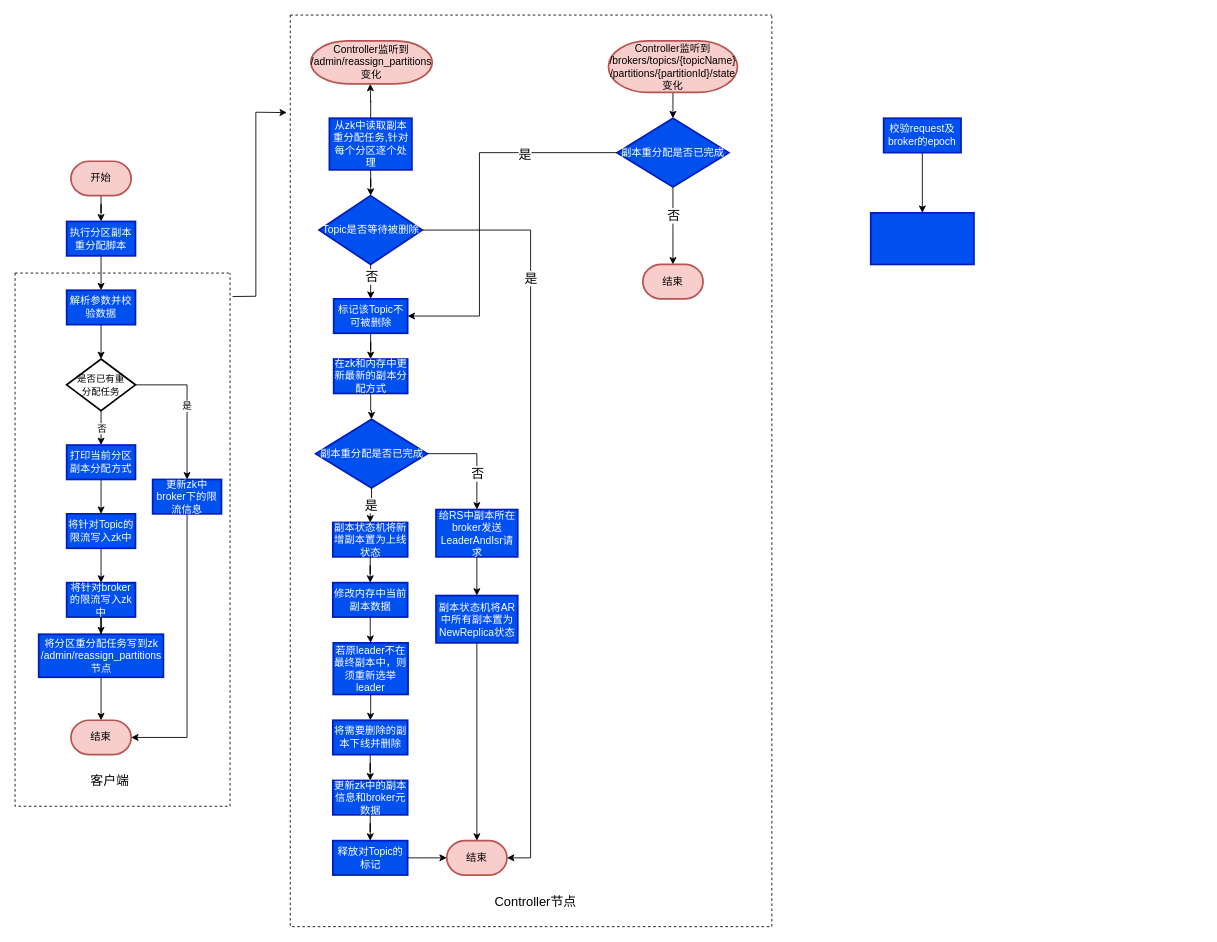
This is Kafka副本重分配流程图.drawio from kingdomrushing/hello-world, a draw.io file, before an edit. Source tidied: cells renumbered, new cells numbered last; positions are measured from the earlier drawing's top-left corner, leaving out a move shared by most shapes. Both pictures are drawn from the tidied source at 86%, with x=0, y=0 at pixel (15, 15).
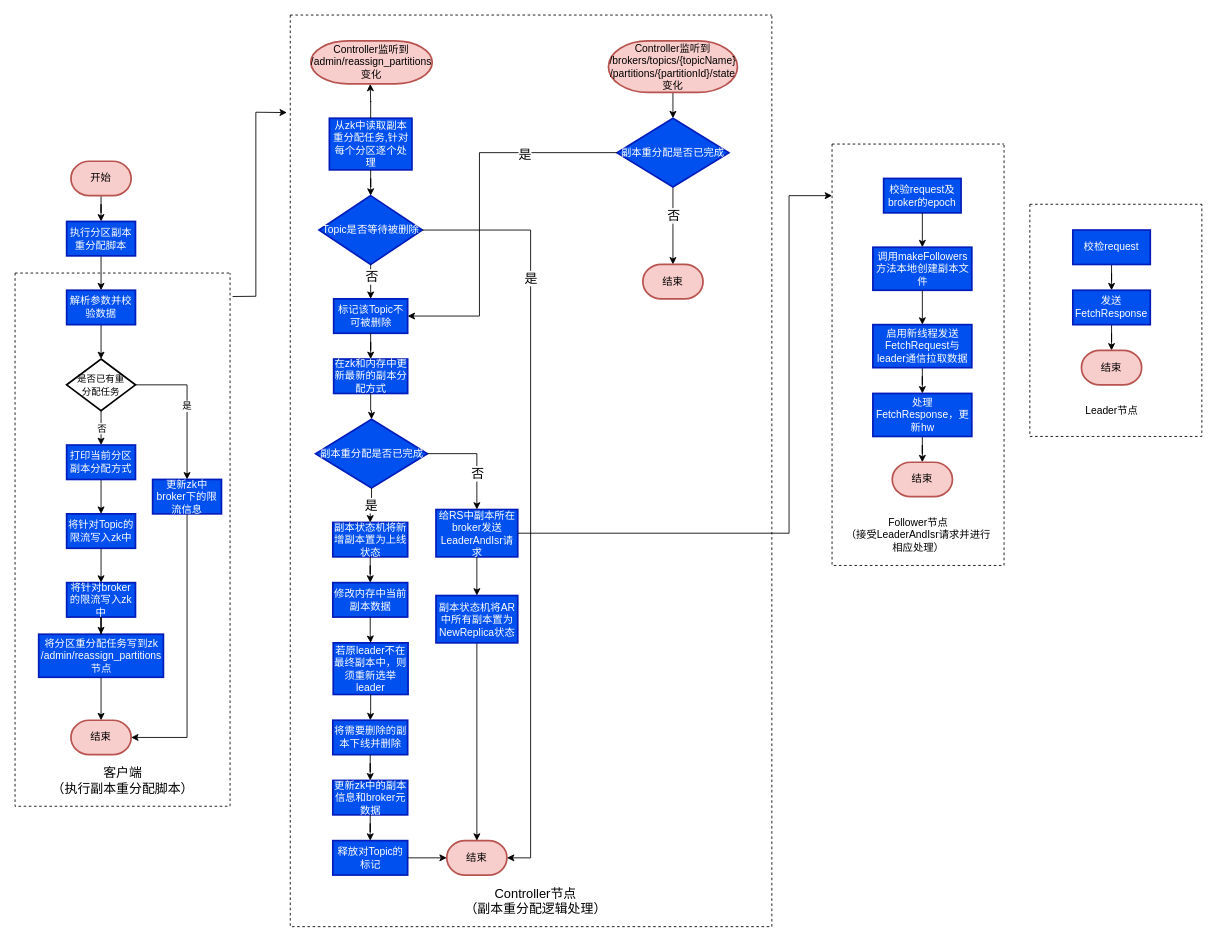
After the change.

Commit message:
更新Kafka副本重分配流程图.drawio

Unchanged cells that the change refers to:
```xml
<mxCell id="18" style="swimlane;startSize=0;fontSize=11;fillColor=#007FFF;dashed=1;" parent="1" vertex="1">
  <mxGeometry y="300" width="250" height="620" as="geometry" />
</mxCell>
<mxCell id="54" value="给RS中副本所在broker发送LeaderAndIsr请求" style="whiteSpace=wrap;html=1;fillColor=#0050ef;strokeColor=#001DBC;fontColor=#ffffff;strokeWidth=2;" parent="27" vertex="1">
  <mxGeometry x="148.5" y="555" width="95" height="55" as="geometry" />
</mxCell>
<mxCell id="62" style="swimlane;startSize=0;dashed=1;fontSize=15;fillColor=#007FFF;" parent="26" vertex="1">
  <mxGeometry width="560" height="1060" as="geometry" />
</mxCell>
```

Change to the diagram source:
```diff
@@
-    <mxCell id="19" value="&lt;font style=&quot;font-size: 15px&quot;&gt;客户端&lt;/font&gt;" style="text;html=1;align=center;verticalAlign=middle;strokeColor=none;fillColor=none;fontSize=11;" parent="18" vertex="1">
-      <mxGeometry x="80" y="580" width="60" height="20" as="geometry" />
+    <mxCell id="19" value="&lt;font style=&quot;font-size: 15px&quot;&gt;客户端&lt;br&gt;（执行副本重分配脚本）&lt;/font&gt;" style="text;html=1;align=center;verticalAlign=middle;strokeColor=none;fillColor=none;fontSize=11;" parent="18" vertex="1">
+      <mxGeometry x="35" y="570" width="180" height="40" as="geometry" />
     </mxCell>
@@
-    <mxCell id="69" value="Controller节点" style="text;html=1;align=center;verticalAlign=middle;strokeColor=none;fillColor=none;fontSize=15;" parent="62" vertex="1">
-      <mxGeometry x="230" y="1020" width="110" height="20" as="geometry" />
+    <mxCell id="69" value="Controller节点&lt;br&gt;（副本重分配逻辑处理）" style="text;html=1;align=center;verticalAlign=middle;strokeColor=none;fillColor=none;fontSize=15;" parent="62" vertex="1">
+      <mxGeometry x="195" y="1010" width="180" height="40" as="geometry" />
     </mxCell>
@@
-    <mxCell id="73" style="edgeStyle=orthogonalEdgeStyle;rounded=0;jettySize=auto;html=1;fontSize=15;" parent="1" edge="1" source="74" target="75">
-      <mxGeometry relative="1" as="geometry" />
-    </mxCell>
+    <mxCell id="76" style="group;" parent="1" vertex="1">
+      <mxGeometry x="997.5" y="190" width="152.5" height="510" as="geometry" />
+    </mxCell>
-    <mxCell id="74" value="校验request及broker的epoch" style="whiteSpace=wrap;html=1;fillColor=#0050ef;strokeColor=#001DBC;strokeWidth=2;fontColor=#ffffff;" parent="1" vertex="1">
-      <mxGeometry x="1010" y="120" width="90" height="40" as="geometry" />
+    <mxCell id="74" value="校验request及broker的epoch" style="whiteSpace=wrap;html=1;fillColor=#0050ef;strokeColor=#001DBC;strokeWidth=2;fontColor=#ffffff;" parent="76" vertex="1">
+      <mxGeometry x="12.5" width="90" height="40" as="geometry" />
     </mxCell>
-    <mxCell id="75" style="whiteSpace=wrap;html=1;fillColor=#0050ef;strokeColor=#001DBC;fontColor=#ffffff;strokeWidth=2;" parent="1" vertex="1">
-      <mxGeometry x="995" y="230" width="120" height="60" as="geometry" />
+    <mxCell id="75" value="调用makeFollowers方法本地创建副本文件" style="whiteSpace=wrap;html=1;fillColor=#0050ef;strokeColor=#001DBC;fontColor=#ffffff;strokeWidth=2;" parent="76" vertex="1">
+      <mxGeometry y="80" width="115" height="50" as="geometry" />
     </mxCell>
+    <mxCell id="73" style="edgeStyle=orthogonalEdgeStyle;rounded=0;jettySize=auto;html=1;fontSize=15;" parent="76" edge="1" source="74" target="75">
+      <mxGeometry relative="1" as="geometry" />
+    </mxCell>
+    <mxCell id="77" style="edgeStyle=orthogonalEdgeStyle;rounded=0;jettySize=auto;html=1;" parent="76" edge="1" source="78" target="83">
+      <mxGeometry relative="1" as="geometry" />
+    </mxCell>
+    <mxCell id="78" value="启用新线程发送FetchRequest与leader通信拉取数据" style="whiteSpace=wrap;html=1;fillColor=#0050ef;strokeColor=#001DBC;fontColor=#ffffff;strokeWidth=2;" parent="76" vertex="1">
+      <mxGeometry y="170" width="115" height="50" as="geometry" />
+    </mxCell>
+    <mxCell id="79" style="edgeStyle=orthogonalEdgeStyle;rounded=0;jettySize=auto;html=1;" parent="76" edge="1" source="75" target="78">
+      <mxGeometry relative="1" as="geometry" />
+    </mxCell>
+    <mxCell id="80" style="swimlane;startSize=0;dashed=1;" parent="76" vertex="1">
+      <mxGeometry x="-47.5" y="-40" width="200" height="490" as="geometry" />
+    </mxCell>
+    <mxCell id="81" value="Follower节点&lt;br&gt;（接受LeaderAndIsr请求并进行&lt;br&gt;相应处理）" style="text;html=1;align=center;verticalAlign=middle;strokeColor=none;fillColor=none;" parent="80" vertex="1">
+      <mxGeometry x="10" y="430" width="180" height="50" as="geometry" />
+    </mxCell>
+    <mxCell id="82" style="edgeStyle=orthogonalEdgeStyle;rounded=0;jettySize=auto;html=1;" parent="80" edge="1" source="83" target="84">
+      <mxGeometry relative="1" as="geometry" />
+    </mxCell>
+    <mxCell id="83" value="处理FetchResponse，更新hw" style="whiteSpace=wrap;html=1;fillColor=#0050ef;strokeColor=#001DBC;fontColor=#ffffff;strokeWidth=2;" parent="80" vertex="1">
+      <mxGeometry x="47.5" y="290" width="115" height="50" as="geometry" />
+    </mxCell>
+    <mxCell id="84" value="结束" style="strokeWidth=2;html=1;shape=mxgraph.flowchart.terminator;whiteSpace=wrap;fillColor=#f8cecc;strokeColor=#b85450;" parent="80" vertex="1">
+      <mxGeometry x="70" y="370" width="70" height="40" as="geometry" />
+    </mxCell>
+    <mxCell id="85" style="edgeStyle=orthogonalEdgeStyle;rounded=0;jettySize=auto;html=1;" parent="1" edge="1" source="54" target="80">
+      <mxGeometry relative="1" as="geometry">
+        <Array as="points">
+          <mxPoint x="900" y="603" />
+          <mxPoint x="900" y="210" />
+        </Array>
+      </mxGeometry>
+    </mxCell>
+    <mxCell id="86" style="edgeStyle=orthogonalEdgeStyle;rounded=0;jettySize=auto;html=1;" parent="1" edge="1" source="87" target="89">
+      <mxGeometry relative="1" as="geometry" />
+    </mxCell>
+    <mxCell id="87" value="校检request" style="whiteSpace=wrap;html=1;fillColor=#0050ef;strokeColor=#001DBC;strokeWidth=2;fontColor=#ffffff;" parent="1" vertex="1">
+      <mxGeometry x="1230" y="250" width="90" height="40" as="geometry" />
+    </mxCell>
+    <mxCell id="88" style="edgeStyle=orthogonalEdgeStyle;rounded=0;jettySize=auto;html=1;" parent="1" edge="1" source="89" target="91">
+      <mxGeometry relative="1" as="geometry" />
+    </mxCell>
+    <mxCell id="89" value="发送FetchResponse" style="whiteSpace=wrap;html=1;fillColor=#0050ef;strokeColor=#001DBC;strokeWidth=2;fontColor=#ffffff;" parent="1" vertex="1">
+      <mxGeometry x="1230" y="320" width="90" height="40" as="geometry" />
+    </mxCell>
+    <mxCell id="90" style="swimlane;startSize=0;dashed=1;" parent="1" vertex="1">
+      <mxGeometry x="1180" y="220" width="200" height="270" as="geometry" />
+    </mxCell>
+    <mxCell id="91" value="结束" style="strokeWidth=2;html=1;shape=mxgraph.flowchart.terminator;whiteSpace=wrap;fillColor=#f8cecc;strokeColor=#b85450;" parent="90" vertex="1">
+      <mxGeometry x="60" y="170" width="70" height="40" as="geometry" />
+    </mxCell>
+    <mxCell id="92" value="Leader节点" style="text;html=1;align=center;verticalAlign=middle;strokeColor=none;fillColor=none;" parent="90" vertex="1">
+      <mxGeometry x="55" y="230" width="80" height="20" as="geometry" />
+    </mxCell>
```
